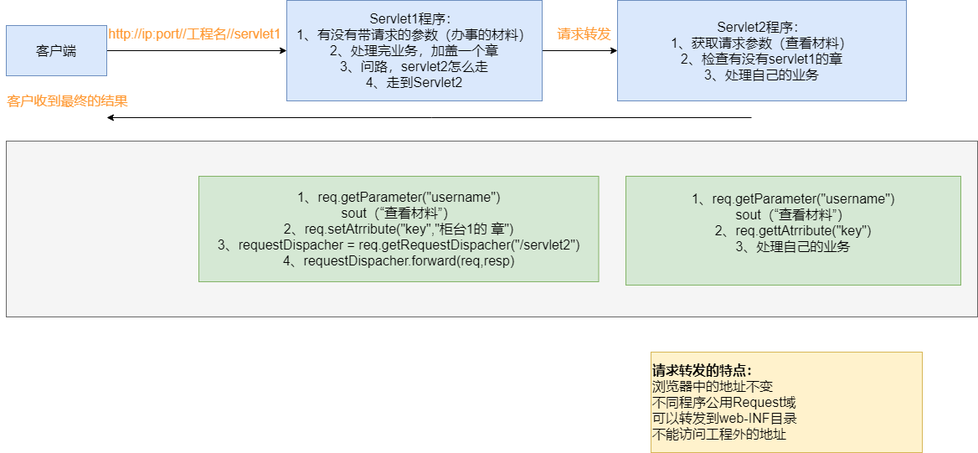
Above: web-Page-2.png in kusuzi/LearnJava (draw.io), before the change. Source tidied: cells renumbered, new cells last; positions are measured from the earlier drawing's top-left corner, leaving out a move shared by most shapes.
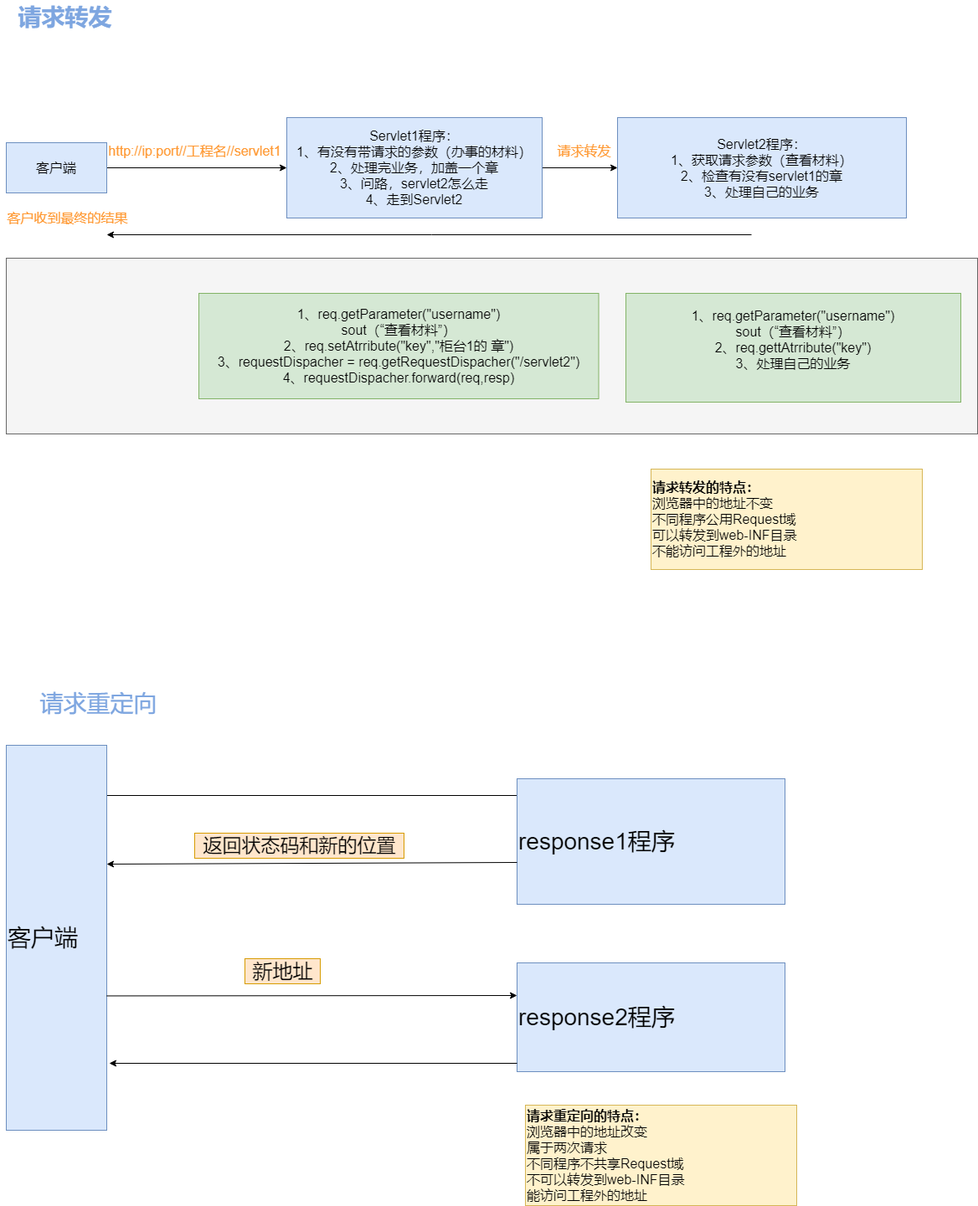
The same file after the commit.

Change to the diagram source:
```diff
@@ -44,5 +44,53 @@
     <mxCell id="14" value="&lt;b&gt;请求转发的特点：&lt;/b&gt;&lt;br style=&quot;font-size: 16px&quot;&gt;浏览器中的地址不变&lt;br style=&quot;font-size: 16px&quot;&gt;不同程序公用Request域&lt;br style=&quot;font-size: 16px&quot;&gt;可以转发到web-INF目录&lt;br&gt;不能访问工程外的地址" style="rounded=0;whiteSpace=wrap;html=1;fillColor=#fff2cc;strokeColor=#d6b656;fontSize=16;align=left;" parent="1" vertex="1">
       <mxGeometry x="777" y="420" width="324" height="120" as="geometry" />
     </mxCell>
+    <mxCell id="15" value="请求转发" style="text;html=1;align=center;verticalAlign=middle;strokeColor=none;fontSize=28;fontColor=#7EA6E0;fontStyle=1;" parent="1" vertex="1">
+      <mxGeometry x="12" y="-140" width="130" height="40" as="geometry" />
+    </mxCell>
+    <mxCell id="16" value="请求重定向" style="text;html=1;align=center;verticalAlign=middle;strokeColor=none;fontSize=28;fontColor=#7EA6E0;" parent="1" vertex="1">
+      <mxGeometry x="37" y="680" width="160" height="40" as="geometry" />
+    </mxCell>
+    <mxCell id="17" value="&lt;b&gt;请求重定向的特点：&lt;/b&gt;&lt;br style=&quot;font-size: 16px&quot;&gt;浏览器中的地址改变&lt;br&gt;属于两次请求&lt;br style=&quot;font-size: 16px&quot;&gt;不同程序不共享Request域&lt;br style=&quot;font-size: 16px&quot;&gt;不可以转发到web-INF目录&lt;br&gt;能访问工程外的地址" style="rounded=0;whiteSpace=wrap;html=1;fillColor=#fff2cc;strokeColor=#d6b656;fontSize=16;align=left;" parent="1" vertex="1">
+      <mxGeometry x="627" y="1180" width="324" height="120" as="geometry" />
+    </mxCell>
+    <mxCell id="18" style="edgeStyle=orthogonalEdgeStyle;rounded=0;jettySize=auto;html=1;fontSize=28;fontColor=#7EA6E0;entryX=0;entryY=0.5;entryDx=0;entryDy=0;" parent="1" edge="1" source="19" target="20">
+      <mxGeometry relative="1" as="geometry">
+        <Array as="points">
+          <mxPoint x="627" y="810" />
+        </Array>
+      </mxGeometry>
+    </mxCell>
+    <mxCell id="19" value="客户端" style="rounded=0;whiteSpace=wrap;html=1;fontSize=28;align=left;fillColor=#dae8fc;strokeColor=#6c8ebf;" parent="1" vertex="1">
+      <mxGeometry x="7" y="750" width="120" height="460" as="geometry" />
+    </mxCell>
+    <mxCell id="20" value="response1程序" style="rounded=0;whiteSpace=wrap;html=1;fontSize=28;align=left;fillColor=#dae8fc;strokeColor=#6c8ebf;" parent="1" vertex="1">
+      <mxGeometry x="617" y="790" width="320" height="150" as="geometry" />
+    </mxCell>
+    <mxCell id="21" value="response2程序" style="rounded=0;whiteSpace=wrap;html=1;fontSize=28;align=left;fillColor=#dae8fc;strokeColor=#6c8ebf;" parent="1" vertex="1">
+      <mxGeometry x="617" y="1010" width="320" height="130" as="geometry" />
+    </mxCell>
+    <mxCell id="22" style="endArrow=classic;html=1;fontSize=28;fontColor=#7EA6E0;" parent="1" edge="1">
+      <mxGeometry relative="1" as="geometry">
+        <mxPoint x="617" y="890" as="sourcePoint" />
+        <mxPoint x="127" y="892" as="targetPoint" />
+      </mxGeometry>
+    </mxCell>
+    <mxCell id="23" value="返回状态码和新的位置" style="text;html=1;align=center;verticalAlign=middle;strokeColor=#d79b00;fontSize=23;fillColor=#ffe6cc;" parent="1" vertex="1">
+      <mxGeometry x="232" y="855" width="250" height="30" as="geometry" />
+    </mxCell>
+    <mxCell id="24" style="endArrow=classic;html=1;fontSize=28;fontColor=#7EA6E0;exitX=0.998;exitY=0.651;exitDx=0;exitDy=0;exitPerimeter=0;" parent="1" edge="1" source="19">
+      <mxGeometry relative="1" as="geometry">
+        <mxPoint x="617" y="1049" as="targetPoint" />
+      </mxGeometry>
+    </mxCell>
+    <mxCell id="25" style="endArrow=classic;html=1;fontSize=28;fontColor=#7EA6E0;" parent="1" edge="1">
+      <mxGeometry relative="1" as="geometry">
+        <mxPoint x="617" y="1130" as="sourcePoint" />
+        <mxPoint x="130" y="1130" as="targetPoint" />
+      </mxGeometry>
+    </mxCell>
+    <mxCell id="26" value="新地址" style="text;html=1;align=center;verticalAlign=middle;strokeColor=#d79b00;fontSize=24;fillColor=#ffe6cc;" parent="1" vertex="1">
+      <mxGeometry x="292" y="1005" width="90" height="30" as="geometry" />
+    </mxCell>
   </root>
 </mxGraphModel>
```
